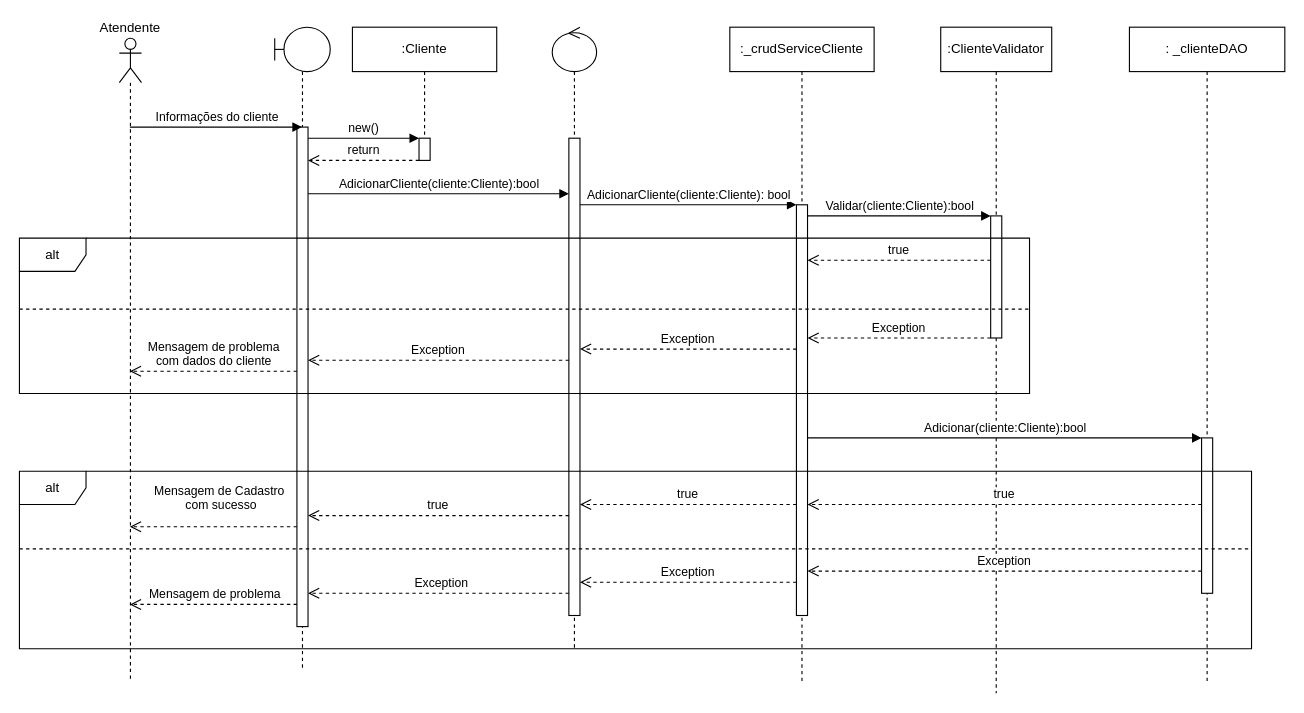
Before: page "Seq C cliente" (6 of 9) of Aluguel de carro.drawio in Anebe/AluguelCarro, a draw.io diagram. Source tidied: cells renumbered, new cells numbered last; positions are measured from the earlier drawing's top-left corner, leaving out a move shared by most shapes. Both pictures are drawn from the tidied source at 111%, with x=0, y=0 at pixel (19, 27).
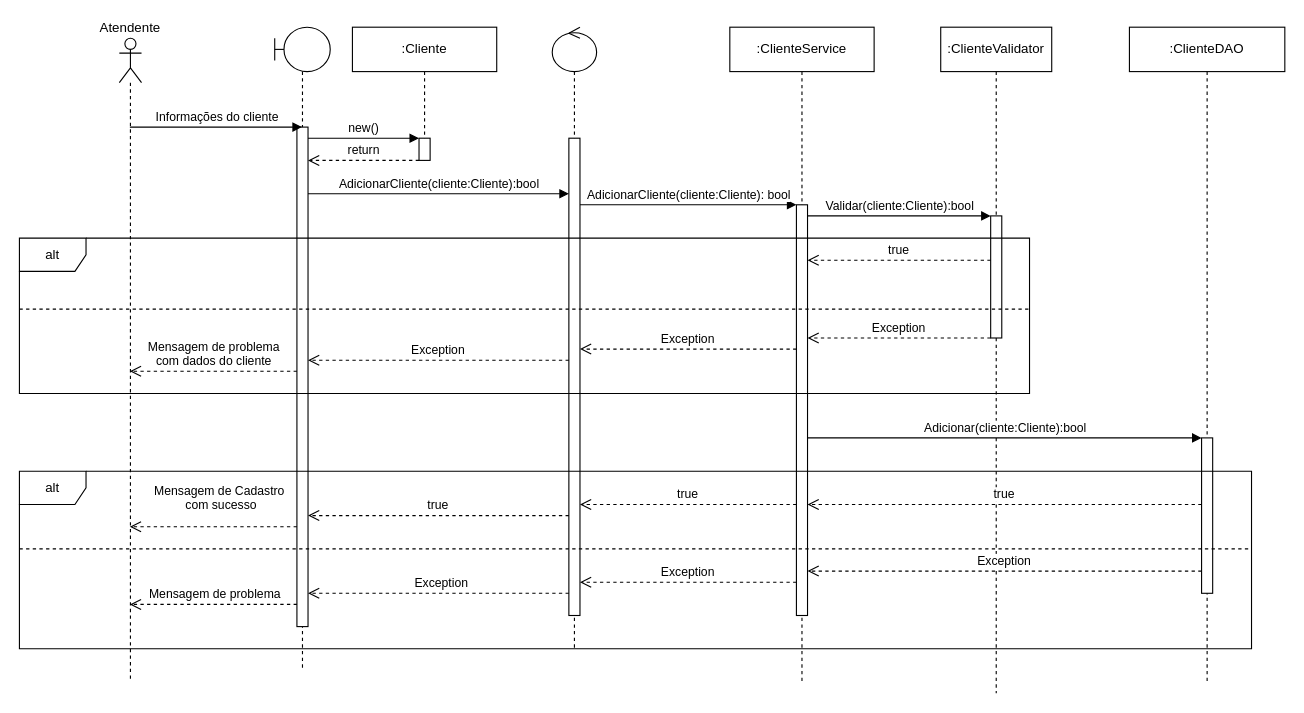
Above is the later version.

What changed in the source:
```diff
@@
-    <mxCell id="2" value=":_crudServiceCliente" style="shape=umlLifeline;perimeter=lifelinePerimeter;whiteSpace=wrap;html=1;newEdgeStyle={&quot;edgeStyle&quot;:&quot;elbowEdgeStyle&quot;,&quot;elbow&quot;:&quot;vertical&quot;,&quot;curved&quot;:0,&quot;rounded&quot;:0};" parent="1" vertex="1">
+    <mxCell id="2" value=":ClienteService" style="shape=umlLifeline;perimeter=lifelinePerimeter;whiteSpace=wrap;html=1;newEdgeStyle={&quot;edgeStyle&quot;:&quot;elbowEdgeStyle&quot;,&quot;elbow&quot;:&quot;vertical&quot;,&quot;curved&quot;:0,&quot;rounded&quot;:0};" parent="1" vertex="1">
       <mxGeometry x="640" width="130" height="590" as="geometry" />
     </mxCell>
@@
-    <mxCell id="13" value=": _clienteDAO" style="shape=umlLifeline;perimeter=lifelinePerimeter;whiteSpace=wrap;html=1;newEdgeStyle={&quot;edgeStyle&quot;:&quot;elbowEdgeStyle&quot;,&quot;elbow&quot;:&quot;vertical&quot;,&quot;curved&quot;:0,&quot;rounded&quot;:0};" parent="1" vertex="1">
+    <mxCell id="13" value=":ClienteDAO" style="shape=umlLifeline;perimeter=lifelinePerimeter;whiteSpace=wrap;html=1;newEdgeStyle={&quot;edgeStyle&quot;:&quot;elbowEdgeStyle&quot;,&quot;elbow&quot;:&quot;vertical&quot;,&quot;curved&quot;:0,&quot;rounded&quot;:0};" parent="1" vertex="1">
       <mxGeometry x="1000" width="140" height="590" as="geometry" />
     </mxCell>
```
